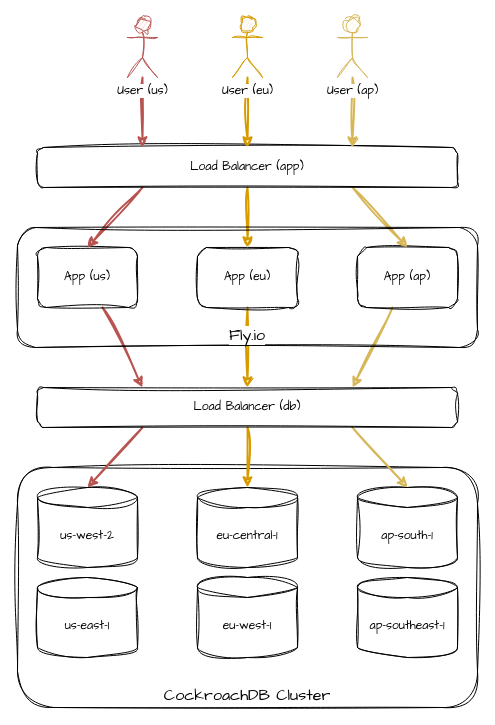
cockroachdb/demo-video-code keeps this draw.io diagram as use_cases/user_accounts/architecture.drawio. Above is the earlier version. Source tidied: cells renumbered, new cells numbered last; positions are measured from the earlier drawing's top-left corner, leaving out a move shared by most shapes. Both pictures are drawn from the tidied source at 100%, with x=0, y=0 at pixel (17, 17).
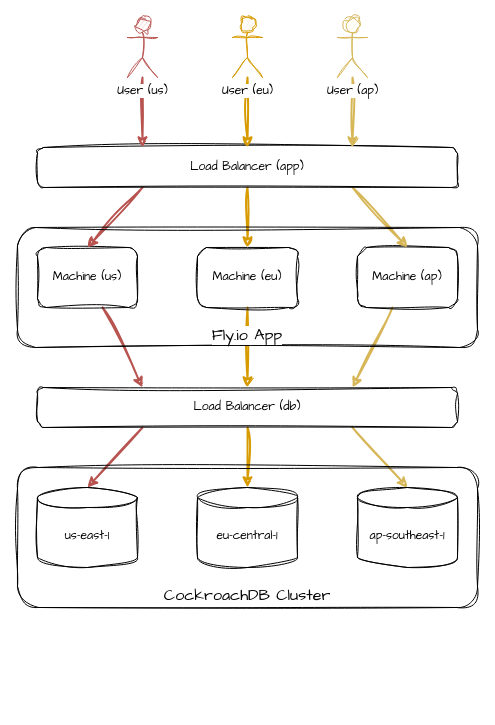
Above is the later version.

The change refers to these unchanged cells:
```xml
<mxCell id="6" value="&lt;font style=&quot;font-size: 12px;&quot;&gt;eu-central-1&lt;/font&gt;" style="shape=cylinder3;whiteSpace=wrap;html=1;boundedLbl=1;backgroundOutline=1;size=10;hachureGap=4;fontFamily=Architects Daughter;fontSize=12;sketch=1;curveFitting=1;jiggle=2;fillColor=none;" parent="1" vertex="1">
  <mxGeometry x="180" y="470" width="100" height="80" as="geometry" />
</mxCell>
<mxCell id="22" value="Load Balancer (db)" style="rounded=1;whiteSpace=wrap;html=1;sketch=1;hachureGap=4;jiggle=2;curveFitting=1;fontFamily=Architects Daughter;fontSize=12;fillColor=none;" parent="1" vertex="1">
  <mxGeometry x="20" y="370" width="420" height="40" as="geometry" />
</mxCell>
```

Change to the diagram source:
```diff
@@
-    <mxCell id="2" value="CockroachDB Cluster" style="rounded=1;whiteSpace=wrap;html=1;labelBackgroundColor=default;sketch=1;hachureGap=4;jiggle=2;curveFitting=1;fontFamily=Architects Daughter;fontSize=16;fillColor=none;verticalAlign=bottom;" parent="1" vertex="1">
-      <mxGeometry y="450" width="460" height="240" as="geometry" />
-    </mxCell>
     <mxCell id="3" value="&lt;font style=&quot;font-size: 12px;&quot;&gt;us-east-1&lt;/font&gt;" style="shape=cylinder3;whiteSpace=wrap;html=1;boundedLbl=1;backgroundOutline=1;size=10;hachureGap=4;fontFamily=Architects Daughter;fontSize=12;sketch=1;curveFitting=1;jiggle=2;fillColor=none;" parent="1" vertex="1">
-      <mxGeometry x="20" y="560" width="100" height="80" as="geometry" />
+      <mxGeometry x="20" y="470" width="100" height="80" as="geometry" />
     </mxCell>
-    <mxCell id="4" value="&lt;font style=&quot;font-size: 12px;&quot;&gt;us-west-2&lt;/font&gt;" style="shape=cylinder3;whiteSpace=wrap;html=1;boundedLbl=1;backgroundOutline=1;size=10;hachureGap=4;fontFamily=Architects Daughter;fontSize=12;sketch=1;curveFitting=1;jiggle=2;fillColor=none;" parent="1" vertex="1">
-      <mxGeometry x="20" y="470" width="100" height="80" as="geometry" />
-    </mxCell>
-    <mxCell id="5" value="&lt;font style=&quot;font-size: 12px;&quot;&gt;eu-west-1&lt;/font&gt;" style="shape=cylinder3;whiteSpace=wrap;html=1;boundedLbl=1;backgroundOutline=1;size=10;hachureGap=4;fontFamily=Architects Daughter;fontSize=12;sketch=1;curveFitting=1;jiggle=2;fillColor=none;" parent="1" vertex="1">
-      <mxGeometry x="180" y="560" width="100" height="80" as="geometry" />
-    </mxCell>
@@
     <mxCell id="7" value="&lt;font style=&quot;font-size: 12px;&quot;&gt;ap-southeast-1&lt;/font&gt;" style="shape=cylinder3;whiteSpace=wrap;html=1;boundedLbl=1;backgroundOutline=1;size=10;hachureGap=4;fontFamily=Architects Daughter;fontSize=12;sketch=1;curveFitting=1;jiggle=2;fillColor=none;" parent="1" vertex="1">
-      <mxGeometry x="340" y="560" width="100" height="80" as="geometry" />
+      <mxGeometry x="340" y="470" width="100" height="80" as="geometry" />
     </mxCell>
-    <mxCell id="8" value="&lt;font style=&quot;font-size: 12px;&quot;&gt;ap-south-1&lt;/font&gt;" style="shape=cylinder3;whiteSpace=wrap;html=1;boundedLbl=1;backgroundOutline=1;size=10;hachureGap=4;fontFamily=Architects Daughter;fontSize=12;sketch=1;curveFitting=1;jiggle=2;fillColor=none;" parent="1" vertex="1">
-      <mxGeometry x="340" y="470" width="100" height="80" as="geometry" />
-    </mxCell>
@@
-    <mxCell id="10" value="App (us)" style="rounded=1;whiteSpace=wrap;html=1;sketch=1;hachureGap=4;jiggle=2;curveFitting=1;fontFamily=Architects Daughter;fontSize=12;fillColor=none;" parent="1" vertex="1">
+    <mxCell id="10" value="Machine (us)" style="rounded=1;whiteSpace=wrap;html=1;sketch=1;hachureGap=4;jiggle=2;curveFitting=1;fontFamily=Architects Daughter;fontSize=12;fillColor=none;" parent="1" vertex="1">
       <mxGeometry x="20" y="230" width="100" height="60" as="geometry" />
     </mxCell>
@@
-    <mxCell id="12" value="App (eu)" style="rounded=1;whiteSpace=wrap;html=1;sketch=1;hachureGap=4;jiggle=2;curveFitting=1;fontFamily=Architects Daughter;fontSize=12;fillColor=none;" parent="1" vertex="1">
+    <mxCell id="12" value="Machine (eu)" style="rounded=1;whiteSpace=wrap;html=1;sketch=1;hachureGap=4;jiggle=2;curveFitting=1;fontFamily=Architects Daughter;fontSize=12;fillColor=none;" parent="1" vertex="1">
       <mxGeometry x="180" y="230" width="100" height="60" as="geometry" />
     </mxCell>
@@
-    <mxCell id="14" value="App (ap)" style="rounded=1;whiteSpace=wrap;html=1;sketch=1;hachureGap=4;jiggle=2;curveFitting=1;fontFamily=Architects Daughter;fontSize=12;fillColor=none;" parent="1" vertex="1">
+    <mxCell id="14" value="Machine (ap)" style="rounded=1;whiteSpace=wrap;html=1;sketch=1;hachureGap=4;jiggle=2;curveFitting=1;fontFamily=Architects Daughter;fontSize=12;fillColor=none;" parent="1" vertex="1">
       <mxGeometry x="340" y="230" width="100" height="60" as="geometry" />
     </mxCell>
@@
-    <mxCell id="19" style="edgeStyle=none;sketch=1;hachureGap=4;jiggle=2;curveFitting=1;html=1;exitX=0.25;exitY=1;exitDx=0;exitDy=0;entryX=0.5;entryY=0;entryDx=0;entryDy=0;entryPerimeter=0;fontFamily=Architects Daughter;fontSize=12;strokeWidth=2;fillColor=#f8cecc;strokeColor=#b85450;" parent="1" edge="1" source="22" target="4">
+    <mxCell id="19" style="edgeStyle=none;sketch=1;hachureGap=4;jiggle=2;curveFitting=1;html=1;exitX=0.25;exitY=1;exitDx=0;exitDy=0;fontFamily=Architects Daughter;fontSize=12;strokeWidth=2;fillColor=#f8cecc;strokeColor=#b85450;entryX=0.5;entryY=0;entryDx=0;entryDy=0;entryPerimeter=0;" parent="1" edge="1" source="22" target="3">
       <mxGeometry relative="1" as="geometry" />
     </mxCell>
-    <mxCell id="20" style="edgeStyle=none;sketch=1;hachureGap=4;jiggle=2;curveFitting=1;html=1;exitX=0.5;exitY=1;exitDx=0;exitDy=0;entryX=0.5;entryY=0;entryDx=0;entryDy=0;entryPerimeter=0;strokeWidth=2;fontFamily=Architects Daughter;fontSize=12;fillColor=#ffe6cc;strokeColor=#d79b00;" parent="1" edge="1" source="22" target="6">
+    <mxCell id="20" style="edgeStyle=none;sketch=1;hachureGap=4;jiggle=2;curveFitting=1;html=1;exitX=0.5;exitY=1;exitDx=0;exitDy=0;strokeWidth=2;fontFamily=Architects Daughter;fontSize=12;fillColor=#ffe6cc;strokeColor=#d79b00;entryX=0.5;entryY=0;entryDx=0;entryDy=0;entryPerimeter=0;" parent="1" edge="1" source="22" target="6">
       <mxGeometry relative="1" as="geometry" />
     </mxCell>
-    <mxCell id="21" style="edgeStyle=none;sketch=1;hachureGap=4;jiggle=2;curveFitting=1;html=1;exitX=0.75;exitY=1;exitDx=0;exitDy=0;entryX=0.5;entryY=0;entryDx=0;entryDy=0;entryPerimeter=0;strokeWidth=2;fontFamily=Architects Daughter;fontSize=12;fillColor=#fff2cc;strokeColor=#d6b656;" parent="1" edge="1" source="22" target="8">
+    <mxCell id="21" style="edgeStyle=none;sketch=1;hachureGap=4;jiggle=2;curveFitting=1;html=1;exitX=0.75;exitY=1;exitDx=0;exitDy=0;entryX=0.5;entryY=0;entryDx=0;entryDy=0;entryPerimeter=0;strokeWidth=2;fontFamily=Architects Daughter;fontSize=12;fillColor=#fff2cc;strokeColor=#d6b656;" parent="1" edge="1" source="22" target="7">
       <mxGeometry relative="1" as="geometry" />
     </mxCell>
@@
-    <mxCell id="29" value="Fly.io" style="rounded=1;whiteSpace=wrap;html=1;labelBackgroundColor=default;sketch=1;hachureGap=4;jiggle=2;curveFitting=1;fontFamily=Architects Daughter;fontSize=16;fillColor=none;verticalAlign=bottom;" parent="1" vertex="1">
+    <mxCell id="29" value="Fly.io App" style="rounded=1;whiteSpace=wrap;html=1;labelBackgroundColor=default;sketch=1;hachureGap=4;jiggle=2;curveFitting=1;fontFamily=Architects Daughter;fontSize=16;fillColor=none;verticalAlign=bottom;" parent="1" vertex="1">
       <mxGeometry y="210" width="460" height="120" as="geometry" />
     </mxCell>
+    <mxCell id="2" value="CockroachDB Cluster" style="rounded=1;whiteSpace=wrap;html=1;labelBackgroundColor=default;sketch=1;hachureGap=4;jiggle=2;curveFitting=1;fontFamily=Architects Daughter;fontSize=16;fillColor=none;verticalAlign=bottom;" parent="1" vertex="1">
+      <mxGeometry y="450" width="460" height="140" as="geometry" />
+    </mxCell>
```
